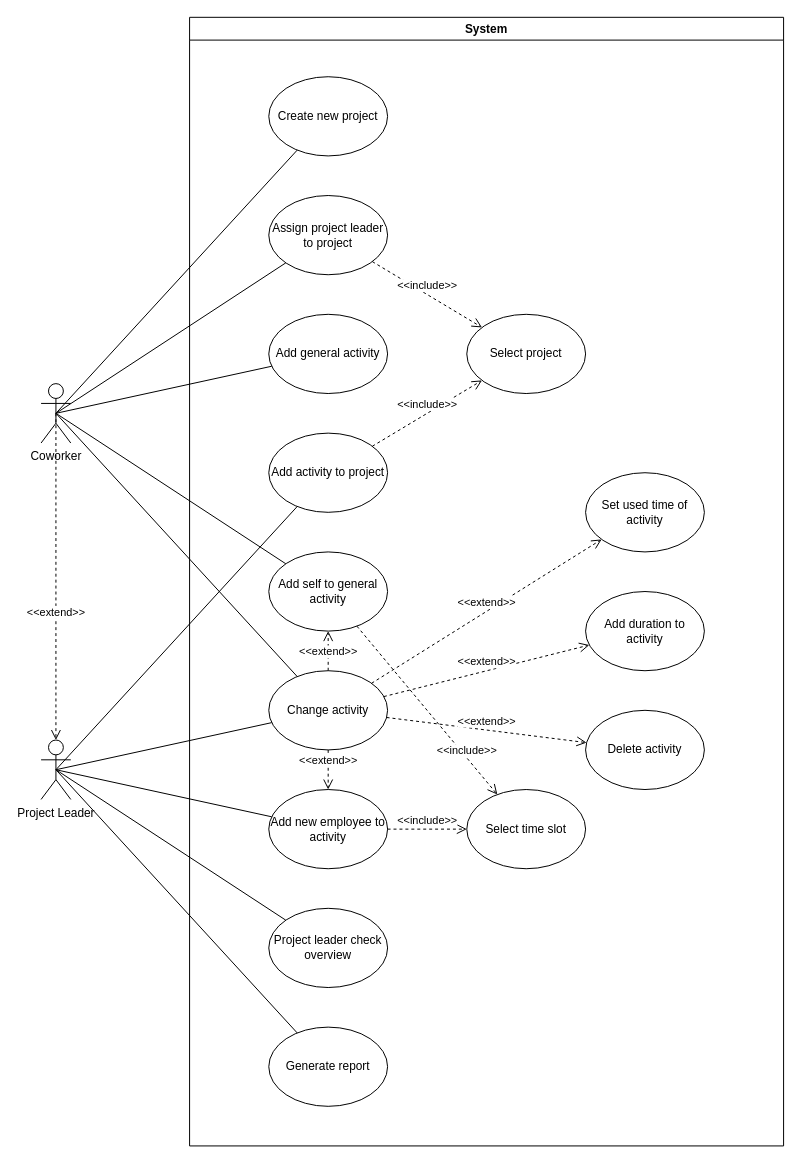
This is Use cases.drawio from Buildasaurus/02161-Projekt, a draw.io file, before an edit. Source tidied: cells renumbered, new cells numbered last; positions are measured from the earlier drawing's top-left corner, leaving out a move shared by most shapes. Both pictures are drawn from the tidied source at 99%, with x=0, y=0 at pixel (41, 17).
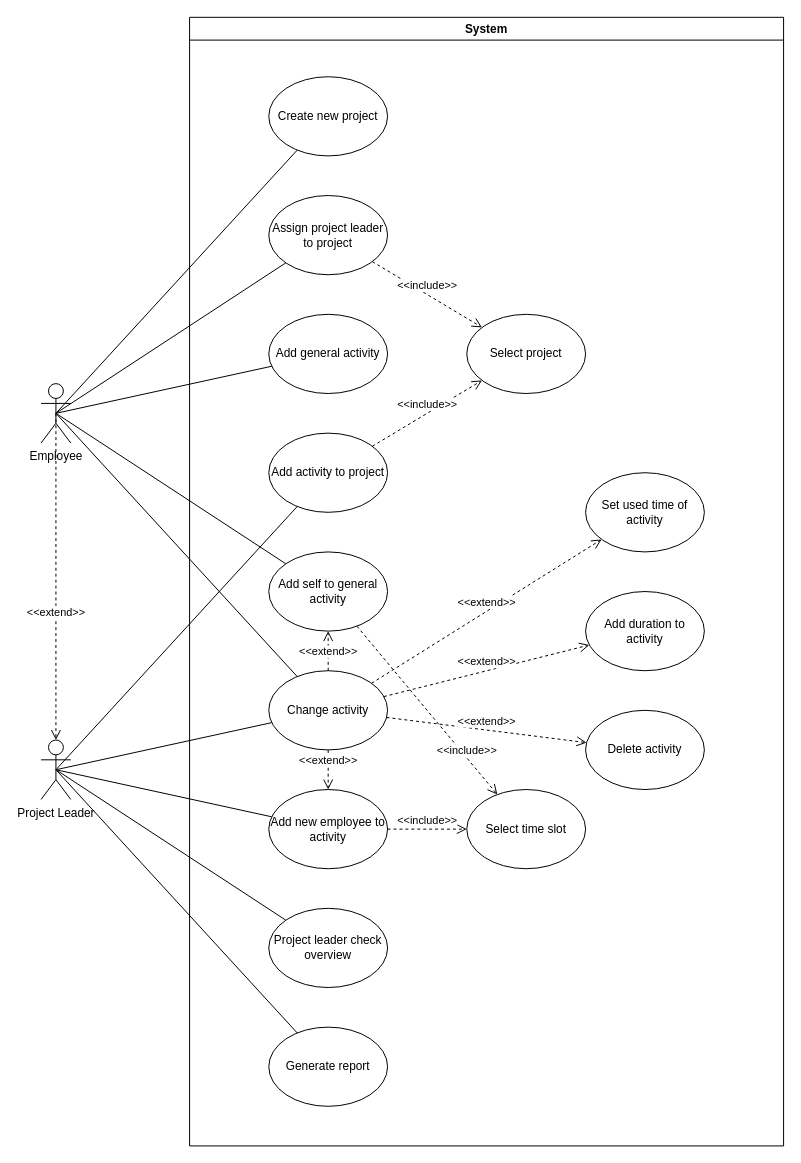
The same diagram, later.

Commit message:
use case diagram - change coworker  to employee

The edit, as a diff of the source:
```diff
@@
-    <mxCell id="26" value="Coworker" style="shape=umlActor;verticalLabelPosition=bottom;verticalAlign=top;html=1;outlineConnect=0;" parent="1" vertex="1">
+    <mxCell id="26" value="Employee" style="shape=umlActor;verticalLabelPosition=bottom;verticalAlign=top;html=1;outlineConnect=0;" parent="1" vertex="1">
       <mxGeometry y="370" width="30" height="60" as="geometry" />
     </mxCell>
```
